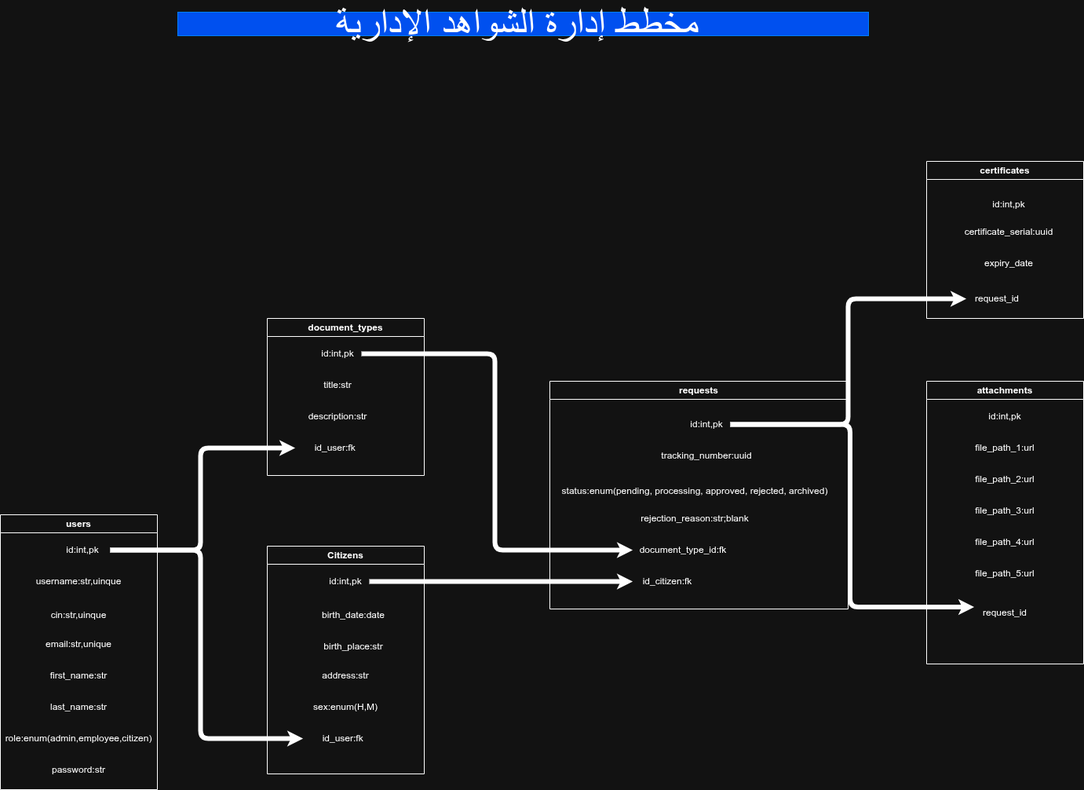
Earlier version of the draw.io export certificate.drawio.png (zakariyae1889/SmartShahada). Source tidied: cells renumbered, new cells last; positions are measured from the earlier drawing's top-left corner, leaving out a move shared by most shapes.
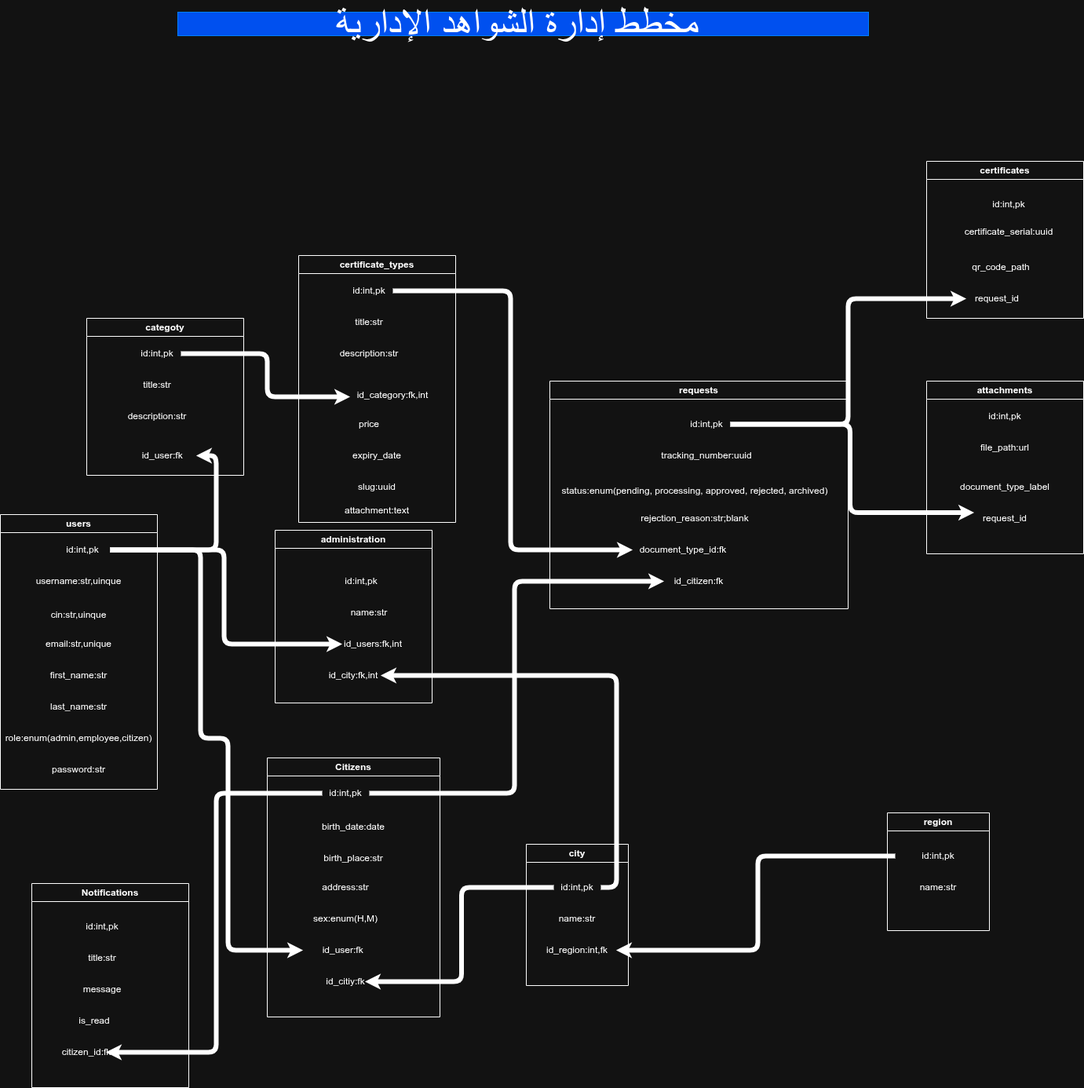
The same file after the commit.

Diff of the diagram source:
```diff
@@ -3,7 +3,7 @@
     <mxCell id="0" />
     <mxCell id="1" parent="0" />
     <mxCell id="2" value="Citizens" style="swimlane;whiteSpace=wrap;html=1;" parent="1" vertex="1">
-      <mxGeometry x="340" y="680" width="200" height="290" as="geometry" />
+      <mxGeometry x="340" y="950" width="220" height="330" as="geometry" />
     </mxCell>
     <mxCell id="3" value="birth_date:date&lt;div&gt;&lt;br&gt;&lt;/div&gt;" style="text;html=1;whiteSpace=wrap;strokeColor=none;fillColor=none;align=center;verticalAlign=middle;rounded=0;" parent="2" vertex="1">
       <mxGeometry x="80" y="80" width="60" height="30" as="geometry" />
@@ -11,11 +11,6 @@
     <mxCell id="4" value="birth_place:str&lt;div&gt;&lt;br&gt;&lt;/div&gt;" style="text;html=1;whiteSpace=wrap;strokeColor=none;fillColor=none;align=center;verticalAlign=middle;rounded=0;" parent="2" vertex="1">
       <mxGeometry x="70" y="120" width="80" height="30" as="geometry" />
     </mxCell>
-    <mxCell id="5" style="edgeStyle=orthogonalEdgeStyle;rounded=0;jettySize=auto;html=1;curved=0;shape=pipe;" parent="2" edge="1" source="6">
-      <mxGeometry relative="1" as="geometry">
-        <mxPoint x="460" y="45" as="targetPoint" />
-      </mxGeometry>
-    </mxCell>
     <mxCell id="6" value="id:int,pk" style="text;html=1;whiteSpace=wrap;strokeColor=none;fillColor=none;align=center;verticalAlign=middle;rounded=0;" parent="2" vertex="1">
       <mxGeometry x="70" y="30" width="60" height="30" as="geometry" />
     </mxCell>
@@ -28,6 +23,9 @@
     <mxCell id="9" value="&amp;nbsp; &amp;nbsp; id_user:fk" style="text;html=1;whiteSpace=wrap;strokeColor=none;fillColor=none;align=center;verticalAlign=middle;rounded=0;" parent="2" vertex="1">
       <mxGeometry x="40" y="230" width="100" height="30" as="geometry" />
     </mxCell>
+    <mxCell id="50" value="id_citiy:fk" style="text;html=1;whiteSpace=wrap;strokeColor=none;fillColor=none;align=center;verticalAlign=middle;rounded=0;" parent="2" vertex="1">
+      <mxGeometry x="70" y="270" width="60" height="30" as="geometry" />
+    </mxCell>
     <mxCell id="10" value="users" style="swimlane;whiteSpace=wrap;html=1;" parent="1" vertex="1">
       <mxGeometry y="640" width="200" height="350" as="geometry" />
     </mxCell>
@@ -55,8 +53,8 @@
     <mxCell id="18" value="password:str" style="text;html=1;whiteSpace=wrap;strokeColor=none;fillColor=none;align=center;verticalAlign=middle;rounded=0;" parent="10" vertex="1">
       <mxGeometry x="70" y="310" width="60" height="30" as="geometry" />
     </mxCell>
-    <mxCell id="19" value="document_types" style="swimlane;whiteSpace=wrap;html=1;" parent="1" vertex="1">
-      <mxGeometry x="340" y="390" width="200" height="200" as="geometry" />
+    <mxCell id="19" value="certificate_types" style="swimlane;whiteSpace=wrap;html=1;startSize=23;" parent="1" vertex="1">
+      <mxGeometry x="380" y="310" width="200" height="340" as="geometry" />
     </mxCell>
     <mxCell id="20" value="id:int,pk" style="text;html=1;whiteSpace=wrap;strokeColor=none;fillColor=none;align=center;verticalAlign=middle;rounded=0;" parent="19" vertex="1">
       <mxGeometry x="60" y="30" width="60" height="30" as="geometry" />
@@ -67,20 +65,28 @@
     <mxCell id="22" value="description:str" style="text;html=1;whiteSpace=wrap;strokeColor=none;fillColor=none;align=center;verticalAlign=middle;rounded=0;" parent="19" vertex="1">
       <mxGeometry x="60" y="110" width="60" height="30" as="geometry" />
     </mxCell>
-    <mxCell id="23" value="&amp;nbsp; &amp;nbsp; id_user:fk" style="text;html=1;whiteSpace=wrap;strokeColor=none;fillColor=none;align=center;verticalAlign=middle;rounded=0;" parent="19" vertex="1">
-      <mxGeometry x="30" y="150" width="100" height="30" as="geometry" />
-    </mxCell>
+    <mxCell id="51" value="id_category:fk,int&lt;div&gt;&lt;br&gt;&lt;/div&gt;" style="text;html=1;whiteSpace=wrap;strokeColor=none;fillColor=none;align=center;verticalAlign=middle;rounded=0;" parent="19" vertex="1">
+      <mxGeometry x="60" y="170" width="120" height="30" as="geometry" />
+    </mxCell>
+    <mxCell id="52" value="slug:uuid" style="text;html=1;whiteSpace=wrap;strokeColor=none;fillColor=none;align=center;verticalAlign=middle;rounded=0;" parent="19" vertex="1">
+      <mxGeometry x="70" y="280" width="60" height="30" as="geometry" />
+    </mxCell>
+    <mxCell id="53" value="price" style="text;html=1;whiteSpace=wrap;strokeColor=none;fillColor=none;align=center;verticalAlign=middle;rounded=0;" parent="19" vertex="1">
+      <mxGeometry x="60" y="200" width="60" height="30" as="geometry" />
+    </mxCell>
+    <mxCell id="46" value="expiry_date" style="text;html=1;whiteSpace=wrap;strokeColor=none;fillColor=none;align=center;verticalAlign=middle;rounded=0;" parent="19" vertex="1">
+      <mxGeometry x="70" y="240" width="60" height="30" as="geometry" />
+    </mxCell>
     <mxCell id="24" style="edgeStyle=orthogonalEdgeStyle;rounded=1;jettySize=auto;html=1;entryX=0;entryY=0.5;entryDx=0;entryDy=0;curved=0;shape=pipe;" parent="1" edge="1" source="13" target="9">
       <mxGeometry relative="1" as="geometry">
         <Array as="points">
           <mxPoint x="255" y="685" />
           <mxPoint x="255" y="925" />
+          <mxPoint x="290" y="925" />
+          <mxPoint x="290" y="1195" />
         </Array>
       </mxGeometry>
     </mxCell>
-    <mxCell id="25" style="edgeStyle=orthogonalEdgeStyle;rounded=1;jettySize=auto;html=1;entryX=0;entryY=0.5;entryDx=0;entryDy=0;curved=0;shape=pipe;" parent="1" edge="1" source="13" target="23">
-      <mxGeometry relative="1" as="geometry" />
-    </mxCell>
     <mxCell id="26" value="requests" style="swimlane;whiteSpace=wrap;html=1;" parent="1" vertex="1">
       <mxGeometry x="700" y="470" width="380" height="290" as="geometry" />
     </mxCell>
@@ -97,7 +103,7 @@
       <mxGeometry x="155" y="160" width="60" height="30" as="geometry" />
     </mxCell>
     <mxCell id="31" value="id_citizen:fk" style="text;html=1;whiteSpace=wrap;strokeColor=none;fillColor=none;align=center;verticalAlign=middle;rounded=0;" parent="26" vertex="1">
-      <mxGeometry x="120" y="240" width="60" height="30" as="geometry" />
+      <mxGeometry x="140" y="240" width="100" height="30" as="geometry" />
     </mxCell>
     <mxCell id="32" value="document_type_id:fk" style="text;html=1;whiteSpace=wrap;strokeColor=none;fillColor=none;align=center;verticalAlign=middle;rounded=0;" parent="26" vertex="1">
       <mxGeometry x="100" y="200" width="140" height="30" as="geometry" />
@@ -106,28 +112,16 @@
       <mxGeometry relative="1" as="geometry" />
     </mxCell>
     <mxCell id="34" value="attachments" style="swimlane;whiteSpace=wrap;html=1;" parent="1" vertex="1">
-      <mxGeometry x="1180" y="470" width="200" height="360" as="geometry" />
+      <mxGeometry x="1180" y="470" width="200" height="220" as="geometry" />
     </mxCell>
     <mxCell id="35" value="id:int,pk" style="text;html=1;whiteSpace=wrap;strokeColor=none;fillColor=none;align=center;verticalAlign=middle;rounded=0;" parent="34" vertex="1">
       <mxGeometry x="70" y="30" width="60" height="30" as="geometry" />
     </mxCell>
-    <mxCell id="36" value="file_path_4:url" style="text;html=1;whiteSpace=wrap;strokeColor=none;fillColor=none;align=center;verticalAlign=middle;rounded=0;" parent="34" vertex="1">
-      <mxGeometry x="70" y="190" width="60" height="30" as="geometry" />
-    </mxCell>
-    <mxCell id="37" value="file_path_5:url" style="text;html=1;whiteSpace=wrap;strokeColor=none;fillColor=none;align=center;verticalAlign=middle;rounded=0;" parent="34" vertex="1">
-      <mxGeometry x="70" y="230" width="60" height="30" as="geometry" />
-    </mxCell>
-    <mxCell id="38" value="file_path_3:url" style="text;html=1;whiteSpace=wrap;strokeColor=none;fillColor=none;align=center;verticalAlign=middle;rounded=0;" parent="34" vertex="1">
-      <mxGeometry x="70" y="150" width="60" height="30" as="geometry" />
-    </mxCell>
-    <mxCell id="39" value="file_path_2:url" style="text;html=1;whiteSpace=wrap;strokeColor=none;fillColor=none;align=center;verticalAlign=middle;rounded=0;" parent="34" vertex="1">
-      <mxGeometry x="70" y="110" width="60" height="30" as="geometry" />
-    </mxCell>
-    <mxCell id="40" value="file_path_1:url" style="text;html=1;whiteSpace=wrap;strokeColor=none;fillColor=none;align=center;verticalAlign=middle;rounded=0;" parent="34" vertex="1">
+    <mxCell id="40" value="file_path:url" style="text;html=1;whiteSpace=wrap;strokeColor=none;fillColor=none;align=center;verticalAlign=middle;rounded=0;" parent="34" vertex="1">
       <mxGeometry x="70" y="70" width="60" height="30" as="geometry" />
     </mxCell>
     <mxCell id="41" value="request_id" style="text;html=1;whiteSpace=wrap;strokeColor=none;fillColor=none;align=center;verticalAlign=middle;rounded=0;" parent="34" vertex="1">
-      <mxGeometry x="55" y="280" width="90" height="30" as="geometry" />
+      <mxGeometry x="55" y="160" width="90" height="30" as="geometry" />
     </mxCell>
     <mxCell id="42" value="certificates" style="swimlane;whiteSpace=wrap;html=1;" parent="1" vertex="1">
       <mxGeometry x="1180" y="190" width="200" height="200" as="geometry" />
@@ -141,9 +135,9 @@
     <mxCell id="45" value="certificate_serial:uuid" style="text;html=1;whiteSpace=wrap;strokeColor=none;fillColor=none;align=center;verticalAlign=middle;rounded=0;" parent="42" vertex="1">
       <mxGeometry x="75" y="75" width="60" height="30" as="geometry" />
     </mxCell>
-    <mxCell id="46" value="expiry_date" style="text;html=1;whiteSpace=wrap;strokeColor=none;fillColor=none;align=center;verticalAlign=middle;rounded=0;" parent="42" vertex="1">
-      <mxGeometry x="75" y="115" width="60" height="30" as="geometry" />
-    </mxCell>
+    <mxCell id="54" value="qr_code_path" style="text;html=1;whiteSpace=wrap;strokeColor=none;fillColor=none;align=center;verticalAlign=middle;rounded=0;" parent="42" vertex="1">
+      <mxGeometry x="20" y="120" width="150" height="30" as="geometry" />
+    </mxCell>
     <mxCell id="47" style="edgeStyle=orthogonalEdgeStyle;rounded=1;jettySize=auto;html=1;exitX=1;exitY=0.5;exitDx=0;exitDy=0;entryX=0;entryY=0.5;entryDx=0;entryDy=0;curved=0;shape=pipe;" parent="1" edge="1" source="27" target="44">
       <mxGeometry relative="1" as="geometry">
         <Array as="points">
@@ -158,5 +152,109 @@
     <mxCell id="49" value="&lt;font style=&quot;font-size: 50px;&quot;&gt;مخطط إدارة الشواهد الإدارية&amp;nbsp;&lt;/font&gt;" style="text;html=1;whiteSpace=wrap;strokeColor=#007FFF;fillColor=#0050ef;align=center;verticalAlign=middle;rounded=0;fontColor=#ffffff;" parent="1" vertex="1">
       <mxGeometry x="226" width="880" height="30" as="geometry" />
     </mxCell>
+    <mxCell id="55" value="document_type_label" style="text;html=1;whiteSpace=wrap;strokeColor=none;fillColor=none;align=center;verticalAlign=middle;rounded=0;" parent="1" vertex="1">
+      <mxGeometry x="1250" y="590" width="60" height="30" as="geometry" />
+    </mxCell>
+    <mxCell id="56" value="region" style="swimlane;whiteSpace=wrap;html=1;" parent="1" vertex="1">
+      <mxGeometry x="1130" y="1020" width="130" height="150" as="geometry" />
+    </mxCell>
+    <mxCell id="57" value="id:int,pk" style="text;html=1;whiteSpace=wrap;strokeColor=none;fillColor=none;align=center;verticalAlign=middle;rounded=0;" parent="56" vertex="1">
+      <mxGeometry x="10" y="40" width="110" height="30" as="geometry" />
+    </mxCell>
+    <mxCell id="58" value="name:str" style="text;html=1;whiteSpace=wrap;strokeColor=none;fillColor=none;align=center;verticalAlign=middle;rounded=0;" parent="56" vertex="1">
+      <mxGeometry x="35" y="80" width="60" height="30" as="geometry" />
+    </mxCell>
+    <mxCell id="59" value="city" style="swimlane;whiteSpace=wrap;html=1;" parent="1" vertex="1">
+      <mxGeometry x="670" y="1060" width="130" height="180" as="geometry" />
+    </mxCell>
+    <mxCell id="60" value="id:int,pk" style="text;html=1;whiteSpace=wrap;strokeColor=none;fillColor=none;align=center;verticalAlign=middle;rounded=0;" parent="59" vertex="1">
+      <mxGeometry x="35" y="40" width="60" height="30" as="geometry" />
+    </mxCell>
+    <mxCell id="61" value="name:str" style="text;html=1;whiteSpace=wrap;strokeColor=none;fillColor=none;align=center;verticalAlign=middle;rounded=0;" parent="59" vertex="1">
+      <mxGeometry x="35" y="80" width="60" height="30" as="geometry" />
+    </mxCell>
+    <mxCell id="62" value="id_region:int,fk" style="text;html=1;whiteSpace=wrap;strokeColor=none;fillColor=none;align=center;verticalAlign=middle;rounded=0;" parent="59" vertex="1">
+      <mxGeometry x="10" y="120" width="110" height="30" as="geometry" />
+    </mxCell>
+    <mxCell id="63" style="edgeStyle=orthogonalEdgeStyle;rounded=1;jettySize=auto;html=1;entryX=1;entryY=0.5;entryDx=0;entryDy=0;shape=pipe;curved=0;" parent="1" edge="1" source="57" target="62">
+      <mxGeometry relative="1" as="geometry" />
+    </mxCell>
+    <mxCell id="5" style="edgeStyle=orthogonalEdgeStyle;rounded=1;jettySize=auto;html=1;curved=0;shape=pipe;entryX=0;entryY=0.5;entryDx=0;entryDy=0;" parent="1" edge="1" source="6" target="31">
+      <mxGeometry relative="1" as="geometry" />
+    </mxCell>
+    <mxCell id="64" style="edgeStyle=orthogonalEdgeStyle;rounded=1;jettySize=auto;html=1;entryX=1;entryY=0.5;entryDx=0;entryDy=0;curved=0;shape=pipe;" parent="1" edge="1" source="60" target="50">
+      <mxGeometry relative="1" as="geometry" />
+    </mxCell>
+    <mxCell id="65" value="administration" style="swimlane;whiteSpace=wrap;html=1;" parent="1" vertex="1">
+      <mxGeometry x="350" y="660" width="200" height="220" as="geometry" />
+    </mxCell>
+    <mxCell id="66" value="name:str" style="text;html=1;whiteSpace=wrap;strokeColor=none;fillColor=none;align=center;verticalAlign=middle;rounded=0;" parent="65" vertex="1">
+      <mxGeometry x="90" y="90" width="60" height="30" as="geometry" />
+    </mxCell>
+    <mxCell id="67" value="id:int,pk" style="text;html=1;whiteSpace=wrap;strokeColor=none;fillColor=none;align=center;verticalAlign=middle;rounded=0;" parent="65" vertex="1">
+      <mxGeometry x="80" y="50" width="60" height="30" as="geometry" />
+    </mxCell>
+    <mxCell id="68" value="id_users:fk,int" style="text;html=1;whiteSpace=wrap;strokeColor=none;fillColor=none;align=center;verticalAlign=middle;rounded=0;" parent="65" vertex="1">
+      <mxGeometry x="80" y="130" width="90" height="30" as="geometry" />
+    </mxCell>
+    <mxCell id="69" value="id_city:fk,int" style="text;html=1;whiteSpace=wrap;strokeColor=none;fillColor=none;align=center;verticalAlign=middle;rounded=0;" parent="65" vertex="1">
+      <mxGeometry x="60" y="170" width="80" height="30" as="geometry" />
+    </mxCell>
+    <mxCell id="70" style="edgeStyle=orthogonalEdgeStyle;rounded=1;jettySize=auto;html=1;exitX=1;exitY=0.5;exitDx=0;exitDy=0;entryX=0;entryY=0.5;entryDx=0;entryDy=0;shape=pipe;curved=0;" parent="1" edge="1" source="13" target="68">
+      <mxGeometry relative="1" as="geometry" />
+    </mxCell>
+    <mxCell id="71" style="edgeStyle=orthogonalEdgeStyle;rounded=1;jettySize=auto;html=1;exitX=1;exitY=0.5;exitDx=0;exitDy=0;entryX=1;entryY=0.5;entryDx=0;entryDy=0;curved=0;shape=pipe;" parent="1" edge="1" source="60" target="69">
+      <mxGeometry relative="1" as="geometry" />
+    </mxCell>
+    <mxCell id="72" value="categoty" style="swimlane;whiteSpace=wrap;html=1;" parent="1" vertex="1">
+      <mxGeometry x="110" y="390" width="200" height="200" as="geometry" />
+    </mxCell>
+    <mxCell id="73" value="id:int,pk" style="text;html=1;whiteSpace=wrap;strokeColor=none;fillColor=none;align=center;verticalAlign=middle;rounded=0;" parent="72" vertex="1">
+      <mxGeometry x="60" y="30" width="60" height="30" as="geometry" />
+    </mxCell>
+    <mxCell id="74" value="title:str" style="text;html=1;whiteSpace=wrap;strokeColor=none;fillColor=none;align=center;verticalAlign=middle;rounded=0;" parent="72" vertex="1">
+      <mxGeometry x="60" y="70" width="60" height="30" as="geometry" />
+    </mxCell>
+    <mxCell id="75" value="description:str" style="text;html=1;whiteSpace=wrap;strokeColor=none;fillColor=none;align=center;verticalAlign=middle;rounded=0;" parent="72" vertex="1">
+      <mxGeometry x="60" y="110" width="60" height="30" as="geometry" />
+    </mxCell>
+    <mxCell id="23" value="&amp;nbsp; &amp;nbsp; id_user:fk" style="text;html=1;whiteSpace=wrap;strokeColor=none;fillColor=none;align=center;verticalAlign=middle;rounded=0;" parent="72" vertex="1">
+      <mxGeometry x="35" y="160" width="110" height="30" as="geometry" />
+    </mxCell>
+    <mxCell id="25" style="edgeStyle=orthogonalEdgeStyle;rounded=1;jettySize=auto;html=1;entryX=1;entryY=0.5;entryDx=0;entryDy=0;curved=0;shape=pipe;" parent="1" edge="1" source="13" target="23">
+      <mxGeometry relative="1" as="geometry" />
+    </mxCell>
+    <mxCell id="76" style="edgeStyle=orthogonalEdgeStyle;rounded=1;jettySize=auto;html=1;shape=pipe;curved=0;" parent="1" edge="1" source="73" target="51">
+      <mxGeometry relative="1" as="geometry">
+        <Array as="points">
+          <mxPoint x="340" y="435" />
+          <mxPoint x="340" y="490" />
+        </Array>
+      </mxGeometry>
+    </mxCell>
+    <mxCell id="77" value="attachment:text" style="text;html=1;whiteSpace=wrap;strokeColor=none;fillColor=none;align=center;verticalAlign=middle;rounded=0;" parent="1" vertex="1">
+      <mxGeometry x="430" y="620" width="100" height="30" as="geometry" />
+    </mxCell>
+    <mxCell id="78" value="Notifications" style="swimlane;whiteSpace=wrap;html=1;" parent="1" vertex="1">
+      <mxGeometry x="40" y="1110" width="200" height="260" as="geometry" />
+    </mxCell>
+    <mxCell id="79" value="id:int,pk" style="text;html=1;whiteSpace=wrap;strokeColor=none;fillColor=none;align=center;verticalAlign=middle;rounded=0;" parent="78" vertex="1">
+      <mxGeometry x="60" y="40" width="60" height="30" as="geometry" />
+    </mxCell>
+    <mxCell id="80" value="message" style="text;html=1;whiteSpace=wrap;strokeColor=none;fillColor=none;align=center;verticalAlign=middle;rounded=0;" parent="78" vertex="1">
+      <mxGeometry x="60" y="120" width="60" height="30" as="geometry" />
+    </mxCell>
+    <mxCell id="81" value="is_read" style="text;html=1;whiteSpace=wrap;strokeColor=none;fillColor=none;align=center;verticalAlign=middle;rounded=0;" parent="78" vertex="1">
+      <mxGeometry x="50" y="160" width="60" height="30" as="geometry" />
+    </mxCell>
+    <mxCell id="82" value="citizen_id:fk" style="text;html=1;whiteSpace=wrap;strokeColor=none;fillColor=none;align=center;verticalAlign=middle;rounded=0;" parent="78" vertex="1">
+      <mxGeometry x="40" y="200" width="60" height="30" as="geometry" />
+    </mxCell>
+    <mxCell id="83" value="title:str" style="text;html=1;whiteSpace=wrap;strokeColor=none;fillColor=none;align=center;verticalAlign=middle;rounded=0;" parent="78" vertex="1">
+      <mxGeometry x="60" y="80" width="60" height="30" as="geometry" />
+    </mxCell>
+    <mxCell id="84" style="edgeStyle=orthogonalEdgeStyle;rounded=1;jettySize=auto;html=1;entryX=1;entryY=0.5;entryDx=0;entryDy=0;curved=0;shape=pipe;" parent="1" edge="1" source="6" target="82">
+      <mxGeometry relative="1" as="geometry" />
+    </mxCell>
   </root>
 </mxGraphModel>
```
